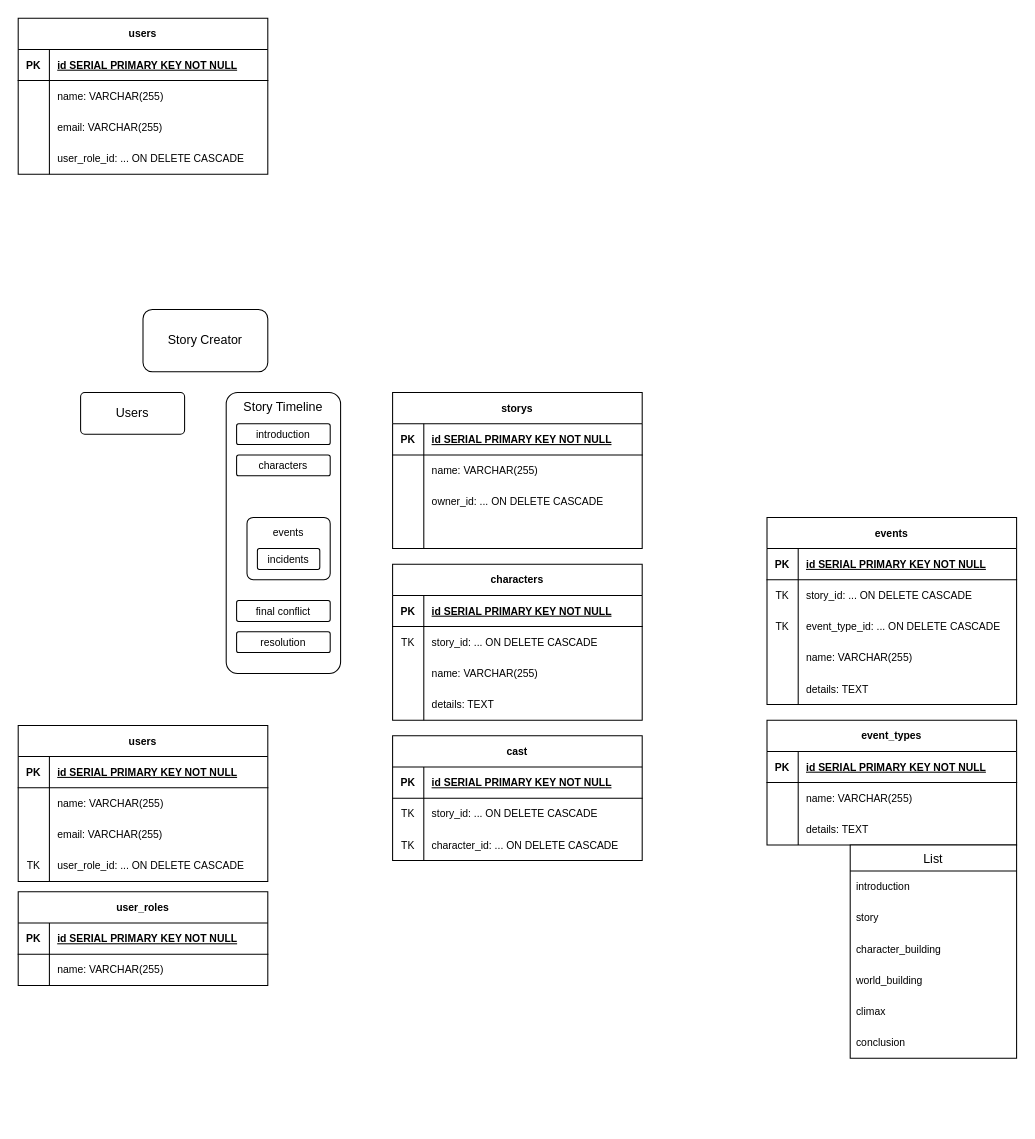
Above: db/erd/story_creator.drawio in navycuda/story_creator (draw.io), before the change. Source tidied: cells renumbered, new cells numbered last; positions are measured from the earlier drawing's top-left corner, leaving out a move shared by most shapes. Both pictures are drawn from the tidied source at 104%, with x=0, y=0 at pixel (18, 18).
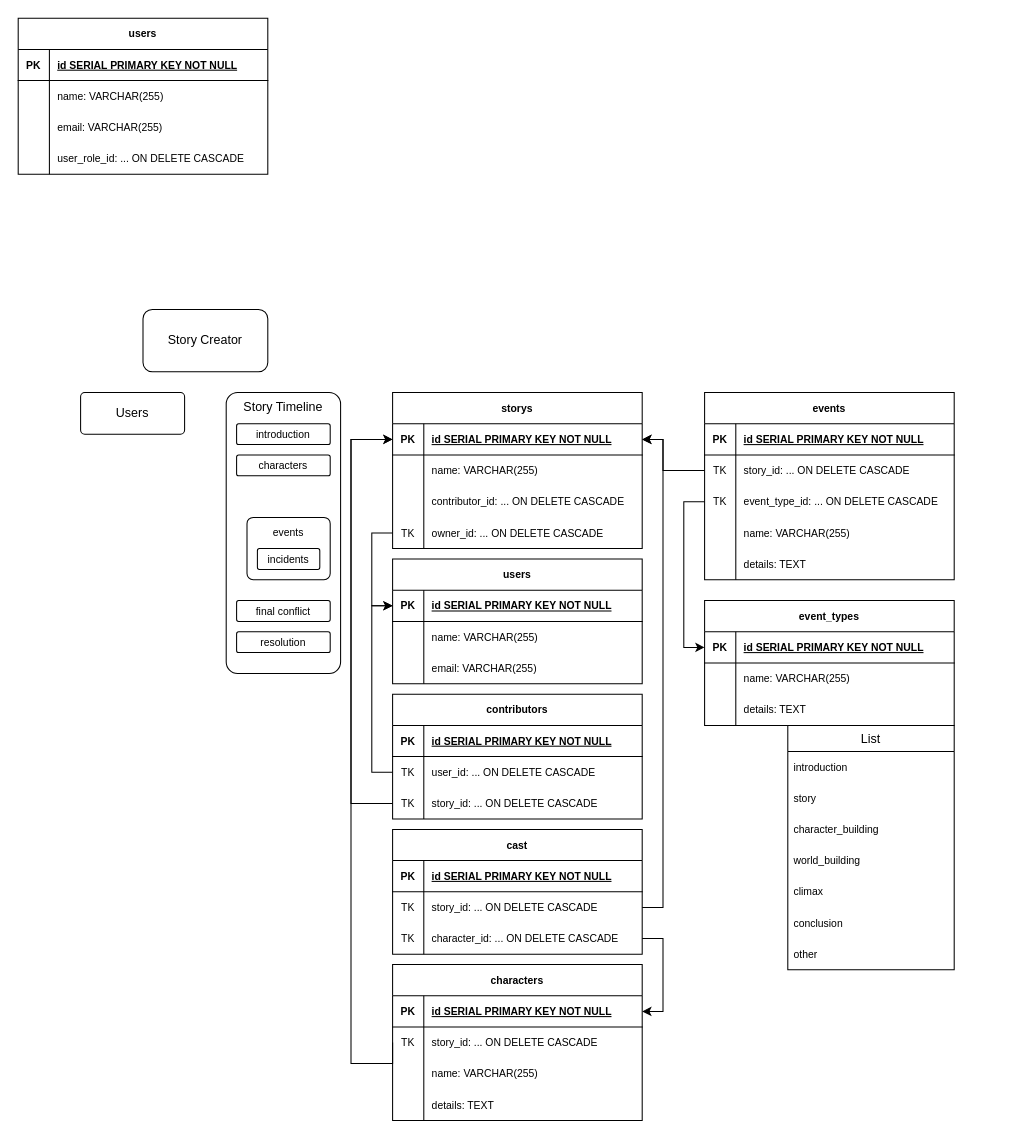
Above is the later version.

Commit message:
Expand story development

Unchanged cells that the change refers to:
```xml
<mxCell id="5" style="shape=tableRow;horizontal=0;startSize=0;swimlaneHead=0;swimlaneBody=0;fillColor=none;points=[[0,0.5],[1,0.5]];portConstraint=eastwest;top=0;left=0;right=0;bottom=1;fontSize=10;" parent="4" vertex="1">
  <mxGeometry y="30" width="240" height="30" as="geometry" />
</mxCell>
<mxCell id="38" value="storys" style="shape=table;startSize=30;childLayout=tableLayout;rowLines=0;fontStyle=1;align=center;fontSize=10;" parent="1" vertex="1">
  <mxGeometry x="360" y="360" width="240" height="150" as="geometry" />
</mxCell>
<mxCell id="39" style="shape=tableRow;horizontal=0;startSize=0;swimlaneHead=0;swimlaneBody=0;fillColor=none;points=[[0,0.5],[1,0.5]];portConstraint=eastwest;top=0;left=0;right=0;bottom=1;fontSize=10;" parent="38" vertex="1">
  <mxGeometry y="30" width="240" height="30" as="geometry" />
</mxCell>
<mxCell id="58" style="shape=tableRow;horizontal=0;startSize=0;swimlaneHead=0;swimlaneBody=0;fillColor=none;points=[[0,0.5],[1,0.5]];portConstraint=eastwest;top=0;left=0;right=0;bottom=1;fontSize=10;" parent="57" vertex="1">
  <mxGeometry y="30" width="240" height="30" as="geometry" />
</mxCell>
<mxCell id="61" style="shape=tableRow;horizontal=0;startSize=0;swimlaneHead=0;swimlaneBody=0;fillColor=none;points=[[0,0.5],[1,0.5]];portConstraint=eastwest;top=0;left=0;right=0;bottom=0;fontSize=10;" parent="57" vertex="1">
  <mxGeometry y="60" width="240" height="30" as="geometry" />
</mxCell>
<mxCell id="74" style="shape=tableRow;horizontal=0;startSize=0;swimlaneHead=0;swimlaneBody=0;fillColor=none;points=[[0,0.5],[1,0.5]];portConstraint=eastwest;top=0;left=0;right=0;bottom=0;fontSize=10;" parent="70" vertex="1">
  <mxGeometry y="60" width="240" height="30" as="geometry" />
</mxCell>
<mxCell id="77" style="shape=tableRow;horizontal=0;startSize=0;swimlaneHead=0;swimlaneBody=0;fillColor=none;points=[[0,0.5],[1,0.5]];portConstraint=eastwest;top=0;left=0;right=0;bottom=0;fontSize=10;" parent="70" vertex="1">
  <mxGeometry y="90" width="240" height="30" as="geometry" />
</mxCell>
<mxCell id="87" style="shape=tableRow;horizontal=0;startSize=0;swimlaneHead=0;swimlaneBody=0;fillColor=none;points=[[0,0.5],[1,0.5]];portConstraint=eastwest;top=0;left=0;right=0;bottom=1;fontSize=10;" parent="86" vertex="1">
  <mxGeometry y="30" width="240" height="30" as="geometry" />
</mxCell>
<mxCell id="107" style="shape=tableRow;horizontal=0;startSize=0;swimlaneHead=0;swimlaneBody=0;fillColor=none;points=[[0,0.5],[1,0.5]];portConstraint=eastwest;top=0;left=0;right=0;bottom=0;fontSize=10;" parent="103" vertex="1">
  <mxGeometry y="60" width="240" height="30" as="geometry" />
</mxCell>
<mxCell id="110" style="shape=tableRow;horizontal=0;startSize=0;swimlaneHead=0;swimlaneBody=0;fillColor=none;points=[[0,0.5],[1,0.5]];portConstraint=eastwest;top=0;left=0;right=0;bottom=0;fontSize=10;" parent="103" vertex="1">
  <mxGeometry y="90" width="240" height="30" as="geometry" />
</mxCell>
```

Change to the diagram source:
```diff
@@
     <mxCell id="4" value="users" style="shape=table;startSize=30;childLayout=tableLayout;rowLines=0;fontStyle=1;align=center;fontSize=10;" parent="1" vertex="1">
-      <mxGeometry y="680" width="240" height="150" as="geometry" />
+      <mxGeometry x="360" y="520" width="240" height="120" as="geometry" />
     </mxCell>
@@
-    <mxCell id="14" style="shape=tableRow;horizontal=0;startSize=0;swimlaneHead=0;swimlaneBody=0;fillColor=none;top=0;left=0;right=0;bottom=0;fontSize=10;" parent="4" vertex="1">
-      <mxGeometry y="120" width="240" height="30" as="geometry" />
-    </mxCell>
-    <mxCell id="15" value="TK" style="shape=partialRectangle;fillColor=none;top=0;left=0;bottom=0;right=0;overflow=hidden;fontSize=10;" parent="14" vertex="1">
-      <mxGeometry width="30" height="30" as="geometry" />
-    </mxCell>
-    <mxCell id="16" value="user_role_id: ... ON DELETE CASCADE" style="shape=partialRectangle;fillColor=none;top=0;left=0;bottom=0;right=0;align=left;spacingLeft=6;overflow=hidden;fontSize=10;" parent="14" vertex="1">
-      <mxGeometry x="30" width="210" height="30" as="geometry" />
-    </mxCell>
@@
-    <mxCell id="30" value="user_roles" style="shape=table;startSize=30;childLayout=tableLayout;rowLines=0;fontStyle=1;align=center;fontSize=10;" parent="1" vertex="1">
-      <mxGeometry y="840" width="240" height="90" as="geometry" />
-    </mxCell>
-    <mxCell id="31" style="shape=tableRow;horizontal=0;startSize=0;swimlaneHead=0;swimlaneBody=0;fillColor=none;top=0;left=0;right=0;bottom=1;fontSize=10;" parent="30" vertex="1">
-      <mxGeometry y="30" width="240" height="30" as="geometry" />
-    </mxCell>
-    <mxCell id="32" value="PK" style="shape=partialRectangle;fillColor=none;top=0;left=0;bottom=0;right=0;fontStyle=1;overflow=hidden;fontSize=10;" parent="31" vertex="1">
-      <mxGeometry width="30" height="30" as="geometry" />
-    </mxCell>
-    <mxCell id="33" value="id SERIAL PRIMARY KEY NOT NULL" style="shape=partialRectangle;fillColor=none;top=0;left=0;bottom=0;right=0;align=left;spacingLeft=6;fontStyle=5;overflow=hidden;fontSize=10;" parent="31" vertex="1">
-      <mxGeometry x="30" width="210" height="30" as="geometry" />
-    </mxCell>
-    <mxCell id="34" style="shape=tableRow;horizontal=0;startSize=0;swimlaneHead=0;swimlaneBody=0;fillColor=none;points=[[0,0.5],[1,0.5]];portConstraint=eastwest;top=0;left=0;right=0;bottom=0;fontSize=10;" parent="30" vertex="1">
-      <mxGeometry y="60" width="240" height="30" as="geometry" />
-    </mxCell>
-    <mxCell id="35" style="shape=partialRectangle;fillColor=none;top=0;left=0;bottom=0;right=0;overflow=hidden;fontSize=10;" parent="34" vertex="1">
-      <mxGeometry width="30" height="30" as="geometry" />
-    </mxCell>
-    <mxCell id="36" value="name: VARCHAR(255)" style="shape=partialRectangle;fillColor=none;top=0;left=0;bottom=0;right=0;align=left;spacingLeft=6;overflow=hidden;fontSize=10;" parent="34" vertex="1">
-      <mxGeometry x="30" width="210" height="30" as="geometry" />
-    </mxCell>
@@
+    <mxCell id="48" style="shape=tableRow;horizontal=0;startSize=0;swimlaneHead=0;swimlaneBody=0;fillColor=none;top=0;left=0;right=0;bottom=0;fontSize=10;" parent="38" vertex="1">
+      <mxGeometry y="90" width="240" height="30" as="geometry" />
+    </mxCell>
+    <mxCell id="49" style="shape=partialRectangle;fillColor=none;top=0;left=0;bottom=0;right=0;overflow=hidden;fontSize=10;" parent="48" vertex="1">
+      <mxGeometry width="30" height="30" as="geometry" />
+    </mxCell>
+    <mxCell id="50" value="contributor_id: ... ON DELETE CASCADE" style="shape=partialRectangle;fillColor=none;top=0;left=0;bottom=0;right=0;align=left;spacingLeft=6;overflow=hidden;fontSize=10;" parent="48" vertex="1">
+      <mxGeometry x="30" width="210" height="30" as="geometry" />
+    </mxCell>
     <mxCell id="45" style="shape=tableRow;horizontal=0;startSize=0;swimlaneHead=0;swimlaneBody=0;fillColor=none;points=[[0,0.5],[1,0.5]];portConstraint=eastwest;top=0;left=0;right=0;bottom=0;fontSize=10;" parent="38" vertex="1">
-      <mxGeometry y="90" width="240" height="30" as="geometry" />
+      <mxGeometry y="120" width="240" height="30" as="geometry" />
     </mxCell>
-    <mxCell id="46" style="shape=partialRectangle;fillColor=none;top=0;left=0;bottom=0;right=0;overflow=hidden;fontSize=10;" parent="45" vertex="1">
+    <mxCell id="46" value="TK" style="shape=partialRectangle;fillColor=none;top=0;left=0;bottom=0;right=0;overflow=hidden;fontSize=10;" parent="45" vertex="1">
       <mxGeometry width="30" height="30" as="geometry" />
     </mxCell>
@@
-    <mxCell id="48" style="shape=tableRow;horizontal=0;startSize=0;swimlaneHead=0;swimlaneBody=0;fillColor=none;top=0;left=0;right=0;bottom=0;fontSize=10;" parent="38" vertex="1">
-      <mxGeometry y="120" width="240" height="30" as="geometry" />
-    </mxCell>
-    <mxCell id="49" style="shape=partialRectangle;fillColor=none;top=0;left=0;bottom=0;right=0;overflow=hidden;fontSize=10;" parent="48" vertex="1">
-      <mxGeometry width="30" height="30" as="geometry" />
-    </mxCell>
-    <mxCell id="50" style="shape=partialRectangle;fillColor=none;top=0;left=0;bottom=0;right=0;align=left;spacingLeft=6;overflow=hidden;fontSize=10;" parent="48" vertex="1">
-      <mxGeometry x="30" width="210" height="30" as="geometry" />
-    </mxCell>
@@
     <mxCell id="57" value="characters" style="shape=table;startSize=30;childLayout=tableLayout;rowLines=0;fontStyle=1;align=center;fontSize=10;" parent="1" vertex="1">
-      <mxGeometry x="360" y="525" width="240" height="150" as="geometry" />
+      <mxGeometry x="360" y="910" width="240" height="150" as="geometry" />
     </mxCell>
@@
     <mxCell id="70" value="events" style="shape=table;startSize=30;childLayout=tableLayout;rowLines=0;fontStyle=1;align=center;fontSize=10;" parent="1" vertex="1">
-      <mxGeometry x="720" y="480" width="240" height="180" as="geometry" />
+      <mxGeometry x="660" y="360" width="240" height="180" as="geometry" />
     </mxCell>
@@
     <mxCell id="86" value="event_types" style="shape=table;startSize=30;childLayout=tableLayout;rowLines=0;fontStyle=1;align=center;fontSize=10;" parent="1" vertex="1">
-      <mxGeometry x="720" y="675" width="240" height="120" as="geometry" />
+      <mxGeometry x="660" y="560" width="240" height="120" as="geometry" />
     </mxCell>
@@
     <mxCell id="96" value="List" style="swimlane;fontStyle=0;horizontal=1;startSize=25;align=center;fontSize=12;" parent="1" vertex="1">
-      <mxGeometry x="800" y="795" width="160" height="205" as="geometry" />
+      <mxGeometry x="740" y="680" width="160" height="235" as="geometry" />
     </mxCell>
@@
+    <mxCell id="113" value="other" style="text;strokeColor=none;fillColor=none;spacingLeft=4;spacingRight=4;overflow=hidden;fontSize=10;verticalAlign=middle;" parent="96" vertex="1">
+      <mxGeometry y="205" width="160" height="30" as="geometry" />
+    </mxCell>
     <mxCell id="103" value="cast" style="shape=table;startSize=30;childLayout=tableLayout;rowLines=0;fontStyle=1;align=center;fontSize=10;" parent="1" vertex="1">
-      <mxGeometry x="360" y="690" width="240" height="120" as="geometry" />
+      <mxGeometry x="360" y="780" width="240" height="120" as="geometry" />
     </mxCell>
@@
+    <mxCell id="114" style="edgeStyle=orthogonalEdgeStyle;rounded=0;jettySize=auto;html=1;exitX=0;exitY=0.5;exitDx=0;exitDy=0;entryX=0;entryY=0.5;entryDx=0;entryDy=0;fontSize=12;" parent="1" edge="1" source="61" target="39">
+      <mxGeometry relative="1" as="geometry">
+        <Array as="points">
+          <mxPoint x="320" y="1005" />
+          <mxPoint x="320" y="405" />
+        </Array>
+      </mxGeometry>
+    </mxCell>
+    <mxCell id="115" style="edgeStyle=orthogonalEdgeStyle;rounded=0;jettySize=auto;html=1;exitX=1;exitY=0.5;exitDx=0;exitDy=0;entryX=1;entryY=0.5;entryDx=0;entryDy=0;fontSize=12;" parent="1" edge="1" source="107" target="39">
+      <mxGeometry relative="1" as="geometry" />
+    </mxCell>
+    <mxCell id="116" style="edgeStyle=orthogonalEdgeStyle;rounded=0;jettySize=auto;html=1;exitX=1;exitY=0.5;exitDx=0;exitDy=0;entryX=1;entryY=0.5;entryDx=0;entryDy=0;fontSize=12;" parent="1" edge="1" source="110" target="58">
+      <mxGeometry relative="1" as="geometry" />
+    </mxCell>
+    <mxCell id="117" style="edgeStyle=orthogonalEdgeStyle;rounded=0;jettySize=auto;html=1;exitX=0;exitY=0.5;exitDx=0;exitDy=0;entryX=1;entryY=0.5;entryDx=0;entryDy=0;fontSize=12;" parent="1" edge="1" source="74" target="39">
+      <mxGeometry relative="1" as="geometry">
+        <Array as="points">
+          <mxPoint x="620" y="435" />
+          <mxPoint x="620" y="405" />
+        </Array>
+      </mxGeometry>
+    </mxCell>
+    <mxCell id="118" style="edgeStyle=orthogonalEdgeStyle;rounded=0;jettySize=auto;html=1;exitX=0;exitY=0.5;exitDx=0;exitDy=0;entryX=0;entryY=0.5;entryDx=0;entryDy=0;fontSize=12;" parent="1" edge="1" source="77" target="87">
+      <mxGeometry relative="1" as="geometry" />
+    </mxCell>
+    <mxCell id="119" style="edgeStyle=orthogonalEdgeStyle;rounded=0;jettySize=auto;html=1;exitX=0;exitY=0.5;exitDx=0;exitDy=0;entryX=0;entryY=0.5;entryDx=0;entryDy=0;fontSize=12;" parent="1" edge="1" source="45" target="5">
+      <mxGeometry relative="1" as="geometry" />
+    </mxCell>
+    <mxCell id="120" value="contributors" style="shape=table;startSize=30;childLayout=tableLayout;rowLines=0;fontStyle=1;align=center;fontSize=10;" parent="1" vertex="1">
+      <mxGeometry x="360" y="650" width="240" height="120" as="geometry" />
+    </mxCell>
+    <mxCell id="31" style="shape=tableRow;horizontal=0;startSize=0;swimlaneHead=0;swimlaneBody=0;fillColor=none;top=0;left=0;right=0;bottom=1;fontSize=10;" parent="120" vertex="1">
+      <mxGeometry y="30" width="240" height="30" as="geometry" />
+    </mxCell>
+    <mxCell id="32" value="PK" style="shape=partialRectangle;fillColor=none;top=0;left=0;bottom=0;right=0;fontStyle=1;overflow=hidden;fontSize=10;" parent="31" vertex="1">
+      <mxGeometry width="30" height="30" as="geometry" />
+    </mxCell>
+    <mxCell id="33" value="id SERIAL PRIMARY KEY NOT NULL" style="shape=partialRectangle;fillColor=none;top=0;left=0;bottom=0;right=0;align=left;spacingLeft=6;fontStyle=5;overflow=hidden;fontSize=10;" parent="31" vertex="1">
+      <mxGeometry x="30" width="210" height="30" as="geometry" />
+    </mxCell>
+    <mxCell id="34" style="shape=tableRow;horizontal=0;startSize=0;swimlaneHead=0;swimlaneBody=0;fillColor=none;points=[[0,0.5],[1,0.5]];portConstraint=eastwest;top=0;left=0;right=0;bottom=0;fontSize=10;" parent="120" vertex="1">
+      <mxGeometry y="60" width="240" height="30" as="geometry" />
+    </mxCell>
+    <mxCell id="121" value="TK" style="shape=partialRectangle;fillColor=none;top=0;left=0;bottom=0;right=0;overflow=hidden;fontSize=10;" parent="34" vertex="1">
+      <mxGeometry width="30" height="30" as="geometry" />
+    </mxCell>
+    <mxCell id="122" value="user_id: ... ON DELETE CASCADE" style="shape=partialRectangle;fillColor=none;top=0;left=0;bottom=0;right=0;align=left;spacingLeft=6;overflow=hidden;fontSize=10;" parent="34" vertex="1">
+      <mxGeometry x="30" width="210" height="30" as="geometry" />
+    </mxCell>
+    <mxCell id="123" style="shape=tableRow;horizontal=0;startSize=0;swimlaneHead=0;swimlaneBody=0;fillColor=none;points=[[0,0.5],[1,0.5]];portConstraint=eastwest;top=0;left=0;right=0;bottom=0;fontSize=10;" parent="120" vertex="1">
+      <mxGeometry y="90" width="240" height="30" as="geometry" />
+    </mxCell>
+    <mxCell id="124" value="TK" style="shape=partialRectangle;fillColor=none;top=0;left=0;bottom=0;right=0;overflow=hidden;fontSize=10;" parent="123" vertex="1">
+      <mxGeometry width="30" height="30" as="geometry" />
+    </mxCell>
+    <mxCell id="125" value="story_id: ... ON DELETE CASCADE" style="shape=partialRectangle;fillColor=none;top=0;left=0;bottom=0;right=0;align=left;spacingLeft=6;overflow=hidden;fontSize=10;" parent="123" vertex="1">
+      <mxGeometry x="30" width="210" height="30" as="geometry" />
+    </mxCell>
+    <mxCell id="126" style="edgeStyle=orthogonalEdgeStyle;rounded=0;jettySize=auto;html=1;exitX=0;exitY=0.5;exitDx=0;exitDy=0;entryX=0;entryY=0.5;entryDx=0;entryDy=0;fontSize=12;" parent="1" edge="1" source="34" target="5">
+      <mxGeometry relative="1" as="geometry" />
+    </mxCell>
+    <mxCell id="127" style="edgeStyle=orthogonalEdgeStyle;rounded=0;jettySize=auto;html=1;exitX=0;exitY=0.5;exitDx=0;exitDy=0;entryX=0;entryY=0.5;entryDx=0;entryDy=0;fontSize=12;" parent="1" edge="1" source="123" target="39">
+      <mxGeometry relative="1" as="geometry">
+        <Array as="points">
+          <mxPoint x="320" y="755" />
+          <mxPoint x="320" y="405" />
+        </Array>
+      </mxGeometry>
+    </mxCell>
```
